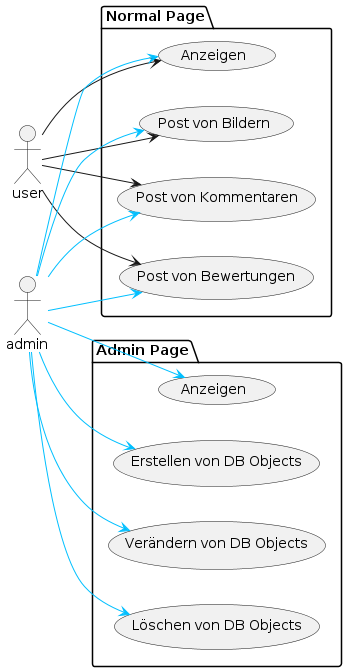
The PlantUML diagram Documentation/images/Use Case.png in LarsZauberer/MensaRating, before a commit.
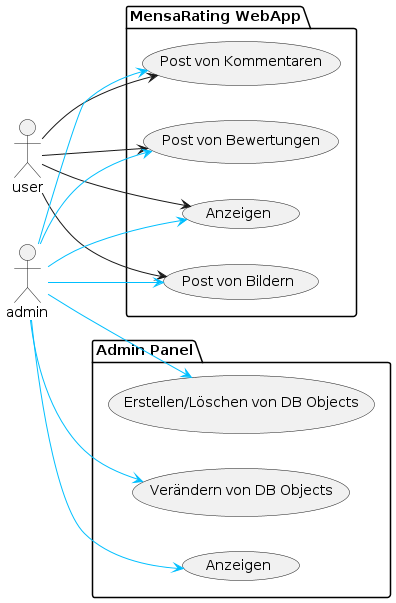
The same diagram one commit later.

Diff of the diagram source:
```diff
@@ -4,14 +4,13 @@
 Actor user
 Actor admin
 
-package "Admin Page" as ap {
+package "Admin Panel" as ap {
 usecase "Anzeigen" as view1
-usecase "Erstellen von DB Objects" as cdb
+usecase "Erstellen/Löschen von DB Objects" as cdb
 usecase "Verändern von DB Objects" as mdb
-usecase "Löschen von DB Objects" as ddb
 }
 
-package "Normal Page" as np {
+package "MensaRating WebApp" as np {
 usecase "Anzeigen" as view2
 usecase "Post von Bildern" as bi
 usecase "Post von Kommentaren" as k
@@ -35,5 +34,4 @@
 admin --> view1
 admin --> cdb
 admin --> mdb
-admin --> ddb
 @enduml
```
